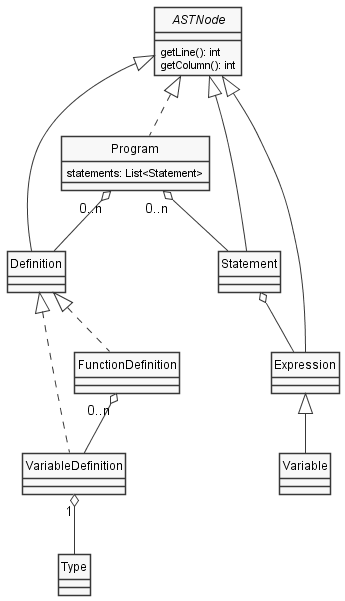
Diecaal/Elixir-Compiler keeps this PlantUML diagram as docs/diagrams/Program.png. Above is the earlier version. The source it was exported from:
```plantuml
@startuml Program
skinparam style strictuml
skinparam monochrome true


interface ASTNode {
    getLine(): int
    getColumn(): int
}

class Program {
    statements: List<Statement>
}

class Expression
class Definition
class VariableDefinition
class FunctionDefinition
class Type

ASTNode <|.. Program
ASTNode <|-- Statement
ASTNode <|-- Definition

Program "0..n" o-- Statement

Statement o-- Expression
ASTNode <|-- Expression

Program "0..n" o-- Definition

Definition <|.. VariableDefinition
Definition <|.. FunctionDefinition

VariableDefinition "1" o-- Type

FunctionDefinition "0..n" o-- VariableDefinition

Expression <|-- Variable
@enduml
```
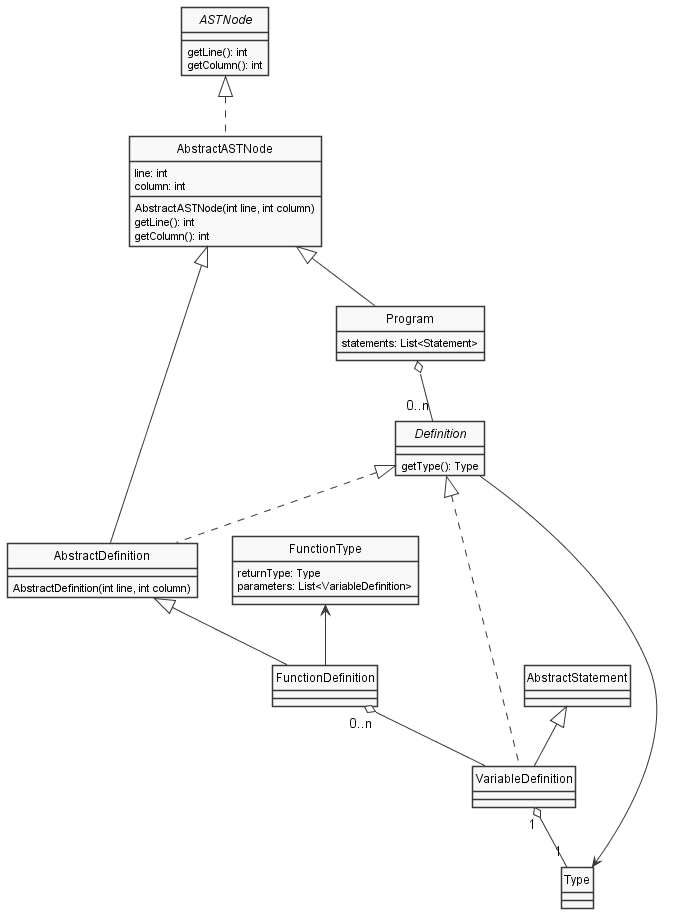
After the commit.

The edit, as a diff of the source:
```diff
@@ -8,33 +8,54 @@
     getColumn(): int
 }
 
+class AbstractASTNode {
+    AbstractASTNode(int line, int column)
+    getLine(): int
+    getColumn(): int
+    line: int
+    column: int
+}
+
 class Program {
     statements: List<Statement>
 }
 
-class Expression
-class Definition
+interface Definition {
+    getType(): Type
+}
+
+class AbstractDefinition {
+    AbstractDefinition(int line, int column)
+}
+
 class VariableDefinition
 class FunctionDefinition
 class Type
 
-ASTNode <|.. Program
-ASTNode <|-- Statement
-ASTNode <|-- Definition
+class FunctionType {
+    returnType: Type
+    parameters: List<VariableDefinition>
+}
 
-Program "0..n" o-- Statement
+ASTNode <|.. AbstractASTNode
 
-Statement o-- Expression
-ASTNode <|-- Expression
+AbstractASTNode <|-- Program
+AbstractASTNode <|-- AbstractDefinition
 
-Program "0..n" o-- Definition
+Definition <|.. AbstractDefinition
+
+Program o-- "0..n" Definition
 
 Definition <|.. VariableDefinition
-Definition <|.. FunctionDefinition
+AbstractDefinition <|-- FunctionDefinition
+AbstractStatement <|-- VariableDefinition
 
-VariableDefinition "1" o-- Type
+Type <-- Definition
+
+FunctionType <-- FunctionDefinition
+
+VariableDefinition "1" o-- "1" Type
 
 FunctionDefinition "0..n" o-- VariableDefinition
 
-Expression <|-- Variable
 @enduml
```
